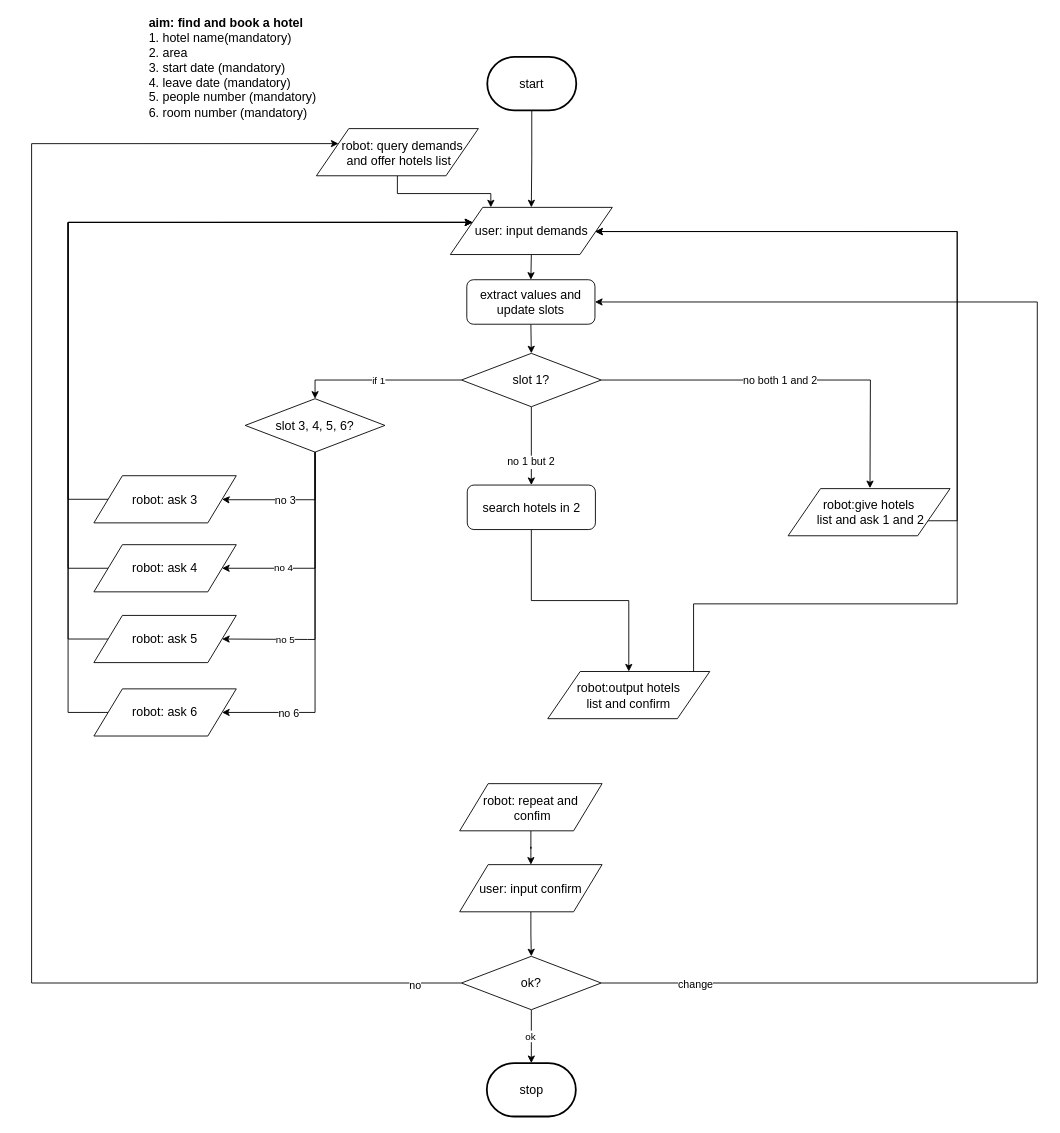
Before: flow_diagram/living.drawio in ricosr/travel_consult_chatbot, a draw.io diagram. Source tidied: cells renumbered, new cells numbered last; positions are measured from the earlier drawing's top-left corner, leaving out a move shared by most shapes. Both pictures are drawn from the tidied source at 89%, with x=0, y=0 at pixel (31, 24).
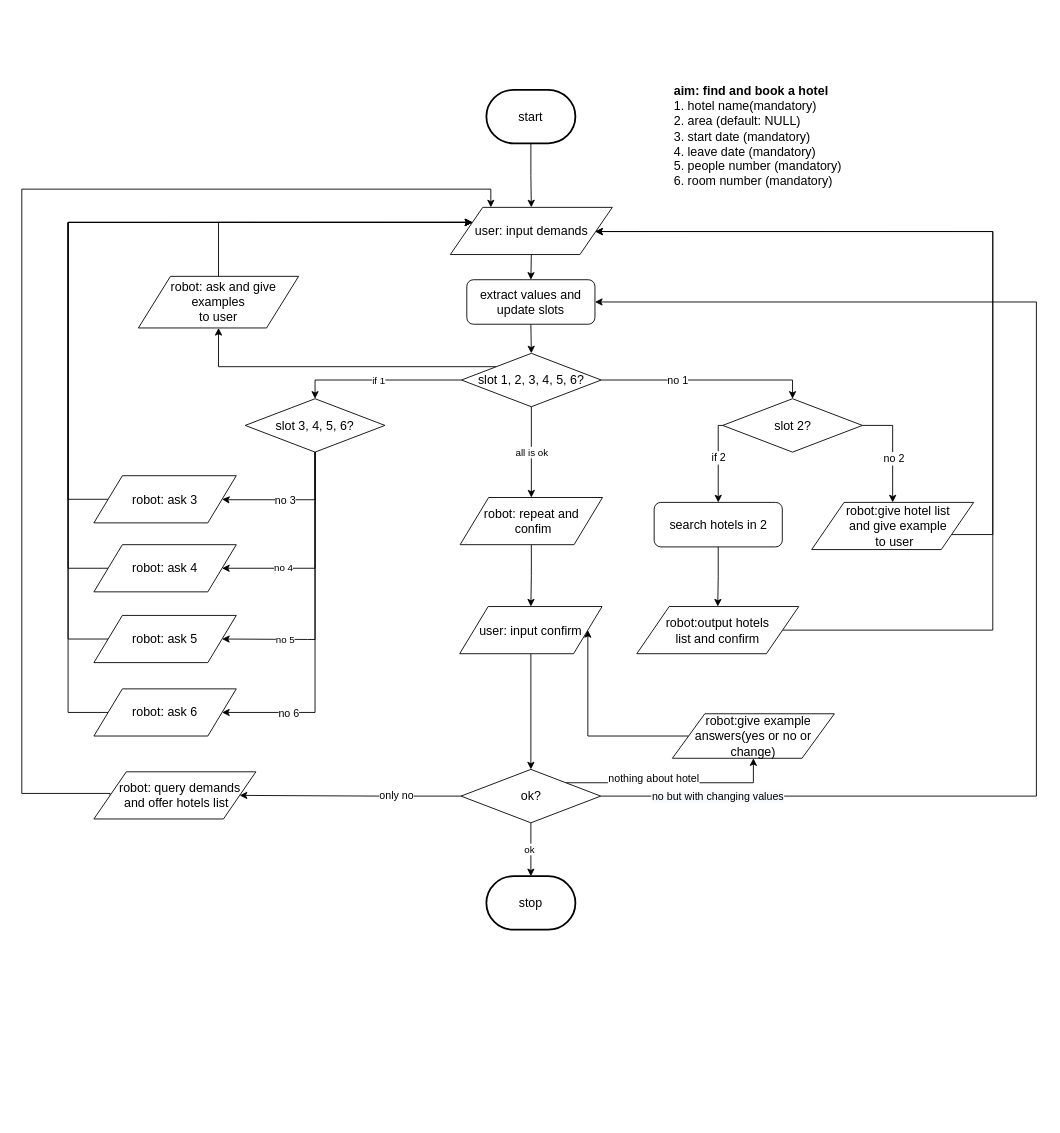
After the change.

Unchanged cells that the change refers to:
```xml
<mxCell id="30" value="&lt;span style=&quot;font-size: 14px&quot;&gt;user: input demands&lt;/span&gt;" style="shape=parallelogram;perimeter=parallelogramPerimeter;whiteSpace=wrap;html=1;" parent="1" vertex="1">
  <mxGeometry x="470.5" y="205.5" width="182" height="53" as="geometry" />
</mxCell>
<mxCell id="45" value="&lt;font style=&quot;font-size: 14px&quot;&gt;extract values and update slots&lt;/font&gt;" style="rounded=1;whiteSpace=wrap;html=1;" parent="1" vertex="1">
  <mxGeometry x="489" y="286.8" width="144" height="50" as="geometry" />
</mxCell>
```

What changed in the source:
```diff
@@
-    <mxCell id="3" value="&lt;font style=&quot;font-size: 14px&quot;&gt;&lt;b&gt;aim: find and book a hotel&lt;/b&gt;&lt;br&gt;1. hotel name(mandatory)&lt;br&gt;2. area&lt;br&gt;3. start date (mandatory)&lt;br&gt;4. leave date (mandatory)&lt;br&gt;5. people number (mandatory)&lt;br&gt;6. room number (mandatory)&lt;br&gt;&lt;br&gt;&lt;/font&gt;" style="text;html=1;strokeColor=none;fillColor=none;align=left;verticalAlign=middle;whiteSpace=wrap;rounded=0;" parent="1" vertex="1">
-      <mxGeometry x="130" width="220" height="113" as="geometry" />
+    <mxCell id="3" value="&lt;font style=&quot;font-size: 14px&quot;&gt;&lt;b&gt;aim: find and book a hotel&lt;/b&gt;&lt;br&gt;1. hotel name(mandatory)&lt;br&gt;2. area (default: NULL)&lt;br&gt;3. start date (mandatory)&lt;br&gt;4. leave date (mandatory)&lt;br&gt;5. people number (mandatory)&lt;br&gt;6. room number (mandatory)&lt;br&gt;&lt;br&gt;&lt;/font&gt;" style="text;html=1;strokeColor=none;fillColor=none;align=left;verticalAlign=middle;whiteSpace=wrap;rounded=0;" parent="1" vertex="1">
+      <mxGeometry x="720" y="77" width="220" height="113" as="geometry" />
     </mxCell>
-    <mxCell id="4" style="edgeStyle=orthogonalEdgeStyle;rounded=0;jettySize=auto;html=1;exitX=0.5;exitY=1;exitDx=0;exitDy=0;entryX=0.5;entryY=0;entryDx=0;entryDy=0;" parent="1" edge="1" source="11" target="14">
-      <mxGeometry relative="1" as="geometry" />
+    <mxCell id="4" style="edgeStyle=orthogonalEdgeStyle;rounded=0;jettySize=auto;html=1;exitX=0;exitY=0.5;exitDx=0;exitDy=0;entryX=0.5;entryY=0;entryDx=0;entryDy=0;" parent="1" edge="1" source="57" target="14">
+      <mxGeometry relative="1" as="geometry">
+        <Array as="points">
+          <mxPoint x="771.5" y="450" />
+        </Array>
+      </mxGeometry>
     </mxCell>
-    <mxCell id="5" value="no 1 but 2" style="text;html=1;align=center;verticalAlign=middle;labelBackgroundColor=#ffffff;" parent="4" vertex="1">
-      <mxGeometry x="0.42" y="-1" relative="1" as="geometry" />
+    <mxCell id="5" value="if 2" style="text;html=1;align=center;verticalAlign=middle;labelBackgroundColor=#ffffff;" parent="4" vertex="1">
+      <mxGeometry x="0.42" y="-1" relative="1" as="geometry">
+        <mxPoint x="1" y="-24.5" as="offset" />
+      </mxGeometry>
     </mxCell>
-    <mxCell id="6" style="edgeStyle=orthogonalEdgeStyle;rounded=0;jettySize=auto;html=1;exitX=1;exitY=0.5;exitDx=0;exitDy=0;" parent="1" edge="1" source="11">
-      <mxGeometry relative="1" as="geometry">
-        <mxPoint x="942" y="521" as="targetPoint" />
-      </mxGeometry>
+    <mxCell id="6" style="edgeStyle=orthogonalEdgeStyle;rounded=0;jettySize=auto;html=1;exitX=1;exitY=0.5;exitDx=0;exitDy=0;entryX=0.5;entryY=0;entryDx=0;entryDy=0;" parent="1" edge="1" source="57" target="31">
+      <mxGeometry relative="1" as="geometry" />
     </mxCell>
-    <mxCell id="7" value="no both 1 and 2" style="text;html=1;align=center;verticalAlign=middle;labelBackgroundColor=#ffffff;" parent="6" vertex="1">
+    <mxCell id="7" value="no 2" style="text;html=1;align=center;verticalAlign=middle;labelBackgroundColor=#ffffff;" parent="6" vertex="1">
       <mxGeometry x="-0.07" y="5" relative="1" as="geometry">
-        <mxPoint x="3" y="4.5" as="offset" />
+        <mxPoint x="-4.5" y="14.5" as="offset" />
       </mxGeometry>
     </mxCell>
@@
+    <mxCell id="49" style="edgeStyle=orthogonalEdgeStyle;rounded=0;jettySize=auto;html=1;exitX=0;exitY=0;exitDx=0;exitDy=0;entryX=0.5;entryY=1;entryDx=0;entryDy=0;" parent="1" edge="1" source="11" target="56">
+      <mxGeometry relative="1" as="geometry" />
+    </mxCell>
+    <mxCell id="50" style="edgeStyle=orthogonalEdgeStyle;rounded=0;jettySize=auto;html=1;exitX=1;exitY=0.5;exitDx=0;exitDy=0;entryX=0.5;entryY=0;entryDx=0;entryDy=0;" parent="1" edge="1" source="11" target="57">
+      <mxGeometry relative="1" as="geometry" />
+    </mxCell>
+    <mxCell id="51" value="no 1" style="text;html=1;align=center;verticalAlign=middle;labelBackgroundColor=#ffffff;" parent="50" vertex="1">
+      <mxGeometry x="-0.28" relative="1" as="geometry" />
+    </mxCell>
+    <mxCell id="52" value="all is ok" style="edgeStyle=orthogonalEdgeStyle;rounded=0;jettySize=auto;html=1;exitX=0.5;exitY=1;exitDx=0;exitDy=0;entryX=0.5;entryY=0;entryDx=0;entryDy=0;" parent="1" edge="1" source="11" target="40">
+      <mxGeometry relative="1" as="geometry" />
+    </mxCell>
-    <mxCell id="11" value="&lt;font style=&quot;font-size: 14px&quot;&gt;slot 1?&lt;br&gt;&lt;/font&gt;" style="rhombus;whiteSpace=wrap;html=1;" parent="1" vertex="1">
+    <mxCell id="11" value="&lt;font style=&quot;font-size: 14px&quot;&gt;slot 1, 2, 3, 4, 5, 6?&lt;br&gt;&lt;/font&gt;" style="rhombus;whiteSpace=wrap;html=1;" parent="1" vertex="1">
       <mxGeometry x="483" y="369.5" width="157" height="60" as="geometry" />
     </mxCell>
     <mxCell id="12" style="edgeStyle=orthogonalEdgeStyle;rounded=0;jettySize=auto;html=1;exitX=1;exitY=0.75;exitDx=0;exitDy=0;entryX=0.894;entryY=0.512;entryDx=0;entryDy=0;entryPerimeter=0;" parent="1" edge="1" source="31" target="30">
       <mxGeometry relative="1" as="geometry">
         <Array as="points">
-          <mxPoint x="1040" y="558" />
-          <mxPoint x="1040" y="233" />
+          <mxPoint x="1080" y="574" />
+          <mxPoint x="1080" y="233" />
         </Array>
       </mxGeometry>
     </mxCell>
@@
     <mxCell id="14" value="&lt;span style=&quot;font-size: 14px&quot;&gt;search hotels in 2&lt;/span&gt;" style="rounded=1;whiteSpace=wrap;html=1;" parent="1" vertex="1">
-      <mxGeometry x="489.5" y="517.5" width="144" height="50" as="geometry" />
+      <mxGeometry x="699.5" y="537" width="144" height="50" as="geometry" />
     </mxCell>
     <mxCell id="15" style="edgeStyle=orthogonalEdgeStyle;rounded=0;jettySize=auto;html=1;exitX=1;exitY=0.5;exitDx=0;exitDy=0;entryX=0.895;entryY=0.513;entryDx=0;entryDy=0;entryPerimeter=0;" parent="1" edge="1" source="32" target="30">
       <mxGeometry relative="1" as="geometry">
         <Array as="points">
-          <mxPoint x="1040" y="651" />
-          <mxPoint x="1040" y="233" />
+          <mxPoint x="1080" y="680" />
+          <mxPoint x="1080" y="233" />
         </Array>
       </mxGeometry>
     </mxCell>
@@
     <mxCell id="21" style="edgeStyle=orthogonalEdgeStyle;rounded=0;jettySize=auto;html=1;exitX=1;exitY=0.5;exitDx=0;exitDy=0;entryX=1;entryY=0.5;entryDx=0;entryDy=0;" parent="1" edge="1" source="25" target="45">
       <mxGeometry relative="1" as="geometry">
         <Array as="points">
-          <mxPoint x="1130" y="1077" />
-          <mxPoint x="1130" y="312" />
+          <mxPoint x="1129" y="867" />
+          <mxPoint x="1129" y="312" />
         </Array>
       </mxGeometry>
     </mxCell>
-    <mxCell id="22" value="change" style="text;html=1;align=center;verticalAlign=middle;labelBackgroundColor=#ffffff;" parent="21" vertex="1">
-      <mxGeometry x="-0.88" y="-1" relative="1" as="geometry" />
+    <mxCell id="22" value="&lt;span style=&quot;text-align: left ; background-color: rgb(248 , 249 , 250)&quot;&gt;no but with changing values&lt;/span&gt;" style="text;html=1;align=center;verticalAlign=middle;labelBackgroundColor=#ffffff;" parent="21" vertex="1">
+      <mxGeometry x="-0.88" y="-1" relative="1" as="geometry">
+        <mxPoint x="38.5" y="-1" as="offset" />
+      </mxGeometry>
     </mxCell>
-    <mxCell id="23" style="edgeStyle=orthogonalEdgeStyle;rounded=0;jettySize=auto;html=1;exitX=0;exitY=0.5;exitDx=0;exitDy=0;entryX=0;entryY=0.25;entryDx=0;entryDy=0;" parent="1" edge="1" source="25" target="27">
+    <mxCell id="23" style="edgeStyle=orthogonalEdgeStyle;rounded=0;jettySize=auto;html=1;exitX=0;exitY=0.5;exitDx=0;exitDy=0;entryX=1;entryY=0.5;entryDx=0;entryDy=0;" parent="1" edge="1" source="25" target="27">
       <mxGeometry relative="1" as="geometry">
         <Array as="points">
-          <mxPoint y="1077" />
-          <mxPoint y="134" />
+          <mxPoint x="390" y="867" />
+          <mxPoint x="390" y="866" />
         </Array>
       </mxGeometry>
     </mxCell>
-    <mxCell id="24" value="no" style="text;html=1;align=center;verticalAlign=middle;labelBackgroundColor=#ffffff;" parent="23" vertex="1">
-      <mxGeometry x="-0.94" y="2" relative="1" as="geometry" />
+    <mxCell id="24" value="only no" style="text;html=1;align=center;verticalAlign=middle;labelBackgroundColor=#ffffff;" parent="23" vertex="1">
+      <mxGeometry x="-0.94" y="2" relative="1" as="geometry">
+        <mxPoint x="-66" y="-2.5" as="offset" />
+      </mxGeometry>
     </mxCell>
+    <mxCell id="53" style="edgeStyle=orthogonalEdgeStyle;rounded=0;jettySize=auto;html=1;exitX=1;exitY=0;exitDx=0;exitDy=0;entryX=0.5;entryY=1;entryDx=0;entryDy=0;" parent="1" edge="1" source="25" target="59">
+      <mxGeometry relative="1" as="geometry" />
+    </mxCell>
+    <mxCell id="54" value="nothing about hotel" style="text;html=1;align=center;verticalAlign=middle;labelBackgroundColor=#ffffff;" parent="53" vertex="1">
+      <mxGeometry x="-0.6" relative="1" as="geometry">
+        <mxPoint x="50" y="-5" as="offset" />
+      </mxGeometry>
+    </mxCell>
     <mxCell id="25" value="&lt;font style=&quot;font-size: 14px&quot;&gt;ok?&lt;br&gt;&lt;/font&gt;" style="rhombus;whiteSpace=wrap;html=1;" parent="1" vertex="1">
-      <mxGeometry x="483" y="1047" width="157" height="60" as="geometry" />
+      <mxGeometry x="482.5" y="837" width="157" height="60" as="geometry" />
     </mxCell>
-    <mxCell id="26" style="edgeStyle=orthogonalEdgeStyle;rounded=0;jettySize=auto;html=1;exitX=0.5;exitY=1;exitDx=0;exitDy=0;entryX=0.25;entryY=0;entryDx=0;entryDy=0;" parent="1" edge="1" source="27" target="30">
-      <mxGeometry relative="1" as="geometry" />
+    <mxCell id="26" style="edgeStyle=orthogonalEdgeStyle;rounded=0;jettySize=auto;html=1;exitX=0;exitY=0.5;exitDx=0;exitDy=0;entryX=0.25;entryY=0;entryDx=0;entryDy=0;" parent="1" edge="1" source="27" target="30">
+      <mxGeometry relative="1" as="geometry">
+        <Array as="points">
+          <mxPoint x="-11" y="864" />
+          <mxPoint x="-11" y="185" />
+          <mxPoint x="516" y="185" />
+        </Array>
+      </mxGeometry>
     </mxCell>
     <mxCell id="27" value="&lt;font style=&quot;font-size: 14px&quot;&gt;&amp;nbsp; &amp;nbsp;robot:&amp;nbsp;&lt;/font&gt;&lt;span style=&quot;font-size: 14px&quot;&gt;query demands&lt;br&gt;&amp;nbsp;and offer hotels list&lt;/span&gt;" style="shape=parallelogram;perimeter=parallelogramPerimeter;whiteSpace=wrap;html=1;" parent="1" vertex="1">
-      <mxGeometry x="320" y="117" width="182" height="53" as="geometry" />
+      <mxGeometry x="70" y="839.7" width="182" height="53" as="geometry" />
     </mxCell>
     <mxCell id="28" value="&lt;span style=&quot;font-size: 14px&quot;&gt;start&lt;/span&gt;" style="strokeWidth=2;html=1;shape=mxgraph.flowchart.terminator;whiteSpace=wrap;" parent="1" vertex="1">
-      <mxGeometry x="512" y="36.5" width="100" height="60" as="geometry" />
+      <mxGeometry x="511" y="73.5" width="100" height="60" as="geometry" />
     </mxCell>
@@
-    <mxCell id="31" value="&lt;span style=&quot;font-size: 14px&quot;&gt;robot:give hotels&lt;br&gt;&amp;nbsp;list and ask 1 and 2&lt;/span&gt;" style="shape=parallelogram;perimeter=parallelogramPerimeter;whiteSpace=wrap;html=1;" parent="1" vertex="1">
-      <mxGeometry x="850" y="521.5" width="182" height="53" as="geometry" />
+    <mxCell id="31" value="&lt;span style=&quot;font-size: 14px&quot;&gt;&amp;nbsp; &amp;nbsp;robot:give hotel list &lt;br&gt;&amp;nbsp; &amp;nbsp;and give example&lt;br&gt;&amp;nbsp;to user&lt;/span&gt;" style="shape=parallelogram;perimeter=parallelogramPerimeter;whiteSpace=wrap;html=1;" parent="1" vertex="1">
+      <mxGeometry x="876.5" y="537" width="182" height="53" as="geometry" />
     </mxCell>
     <mxCell id="32" value="&lt;span style=&quot;font-size: 14px&quot;&gt;robot:output hotels &lt;br&gt;list and confirm&lt;/span&gt;" style="shape=parallelogram;perimeter=parallelogramPerimeter;whiteSpace=wrap;html=1;" parent="1" vertex="1">
-      <mxGeometry x="580" y="727" width="182" height="53" as="geometry" />
+      <mxGeometry x="680" y="654" width="182" height="53" as="geometry" />
     </mxCell>
@@
     <mxCell id="40" value="&lt;span style=&quot;font-size: 14px&quot;&gt;robot: repeat and&lt;br&gt;&amp;nbsp;confim&lt;/span&gt;" style="shape=parallelogram;perimeter=parallelogramPerimeter;whiteSpace=wrap;html=1;" parent="1" vertex="1">
-      <mxGeometry x="481" y="853" width="160" height="53" as="geometry" />
+      <mxGeometry x="481.5" y="531.5" width="160" height="53" as="geometry" />
     </mxCell>
@@
     <mxCell id="42" value="&lt;span style=&quot;font-size: 14px&quot;&gt;user: input confirm&lt;/span&gt;" style="shape=parallelogram;perimeter=parallelogramPerimeter;whiteSpace=wrap;html=1;" parent="1" vertex="1">
-      <mxGeometry x="481" y="944" width="160" height="53" as="geometry" />
+      <mxGeometry x="481" y="654" width="160" height="53" as="geometry" />
     </mxCell>
     <mxCell id="43" value="&lt;font style=&quot;font-size: 14px&quot;&gt;stop&lt;/font&gt;" style="strokeWidth=2;html=1;shape=mxgraph.flowchart.terminator;whiteSpace=wrap;" parent="1" vertex="1">
-      <mxGeometry x="511.5" y="1167" width="100" height="60" as="geometry" />
+      <mxGeometry x="511" y="957" width="100" height="60" as="geometry" />
     </mxCell>
@@
+    <mxCell id="55" style="edgeStyle=orthogonalEdgeStyle;rounded=0;jettySize=auto;html=1;exitX=0.5;exitY=0;exitDx=0;exitDy=0;entryX=0;entryY=0.25;entryDx=0;entryDy=0;" parent="1" edge="1" source="56" target="30">
+      <mxGeometry relative="1" as="geometry">
+        <Array as="points">
+          <mxPoint x="210" y="222" />
+        </Array>
+      </mxGeometry>
+    </mxCell>
+    <mxCell id="56" value="&lt;span style=&quot;font-size: 14px ; white-space: normal&quot;&gt;&amp;nbsp; &amp;nbsp;robot: ask and give examples &lt;br&gt;to user&lt;/span&gt;" style="shape=parallelogram;perimeter=parallelogramPerimeter;whiteSpace=wrap;html=1;" parent="1" vertex="1">
+      <mxGeometry x="120" y="283" width="180" height="58" as="geometry" />
+    </mxCell>
+    <mxCell id="57" value="&lt;font style=&quot;font-size: 14px&quot;&gt;slot 2?&lt;br&gt;&lt;/font&gt;" style="rhombus;whiteSpace=wrap;html=1;" parent="1" vertex="1">
+      <mxGeometry x="776.5" y="420.5" width="157" height="60" as="geometry" />
+    </mxCell>
+    <mxCell id="58" style="edgeStyle=orthogonalEdgeStyle;rounded=0;jettySize=auto;html=1;exitX=0;exitY=0.5;exitDx=0;exitDy=0;entryX=1;entryY=0.5;entryDx=0;entryDy=0;" parent="1" edge="1" source="59" target="42">
+      <mxGeometry relative="1" as="geometry" />
+    </mxCell>
+    <mxCell id="59" value="&lt;span style=&quot;font-size: 14px&quot;&gt;&amp;nbsp; &amp;nbsp;robot:give example answers(yes or no or change)&lt;/span&gt;" style="shape=parallelogram;perimeter=parallelogramPerimeter;whiteSpace=wrap;html=1;" parent="1" vertex="1">
+      <mxGeometry x="720" y="774.5" width="182" height="50" as="geometry" />
+    </mxCell>
```
